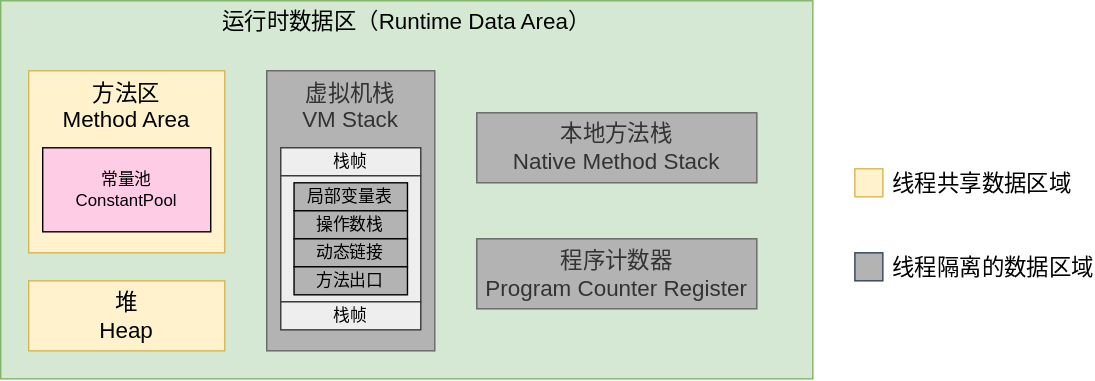
Earlier version of the draw.io export Java/JVM/JVM内存模型/JVM运行时数据区简图.drawio.svg (Developer-Tang/notes). Source tidied: cells renumbered, new cells last; positions are measured from the earlier drawing's top-left corner, leaving out a move shared by most shapes.
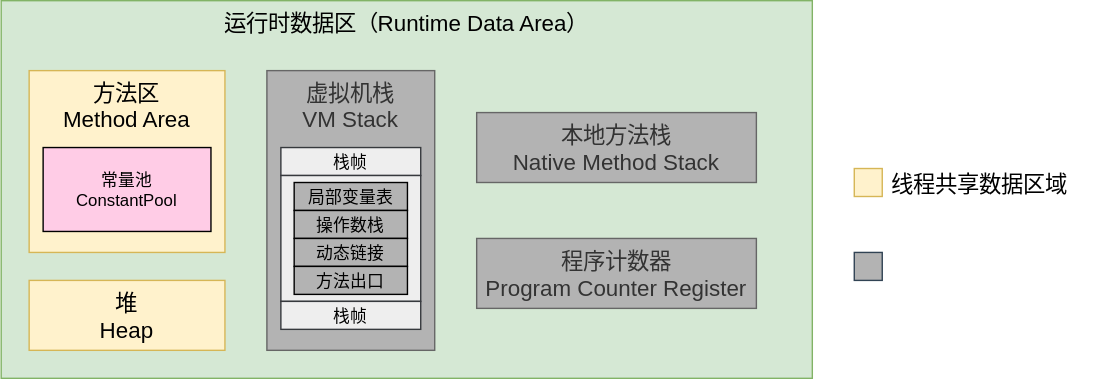
The same file after the commit.

Change to the diagram source:
```diff
@@ -2,52 +2,52 @@
   <root>
     <mxCell id="0" />
     <mxCell id="1" parent="0" />
-    <mxCell id="2" value="运行时数据区（Runtime Data Area）" style="whiteSpace=wrap;html=1;fontSize=16;labelPosition=center;verticalLabelPosition=top;align=center;verticalAlign=bottom;spacingBottom=-27;fillColor=#d5e8d4;strokeColor=#82b366;" parent="1" vertex="1">
+    <mxCell id="2" value="运行时数据区（Runtime Data Area）" style="fontSize=16;labelPosition=center;verticalLabelPosition=top;align=center;verticalAlign=bottom;spacingBottom=-27;fillColor=#d5e8d4;strokeColor=#82b366;" parent="1" vertex="1">
       <mxGeometry width="580" height="270" as="geometry" />
     </mxCell>
-    <mxCell id="3" value="方法区&lt;br&gt;Method Area" style="whiteSpace=wrap;html=1;fontSize=16;fillColor=#fff2cc;strokeColor=#d6b656;verticalAlign=top;" parent="1" vertex="1">
+    <mxCell id="3" value="方法区&#10;Method Area" style="fontSize=16;fillColor=#fff2cc;strokeColor=#d6b656;verticalAlign=top;" parent="1" vertex="1">
       <mxGeometry x="20" y="50" width="140" height="130" as="geometry" />
     </mxCell>
-    <mxCell id="4" value="堆&lt;br&gt;Heap" style="whiteSpace=wrap;html=1;fontSize=16;fillColor=#fff2cc;strokeColor=#d6b656;" parent="1" vertex="1">
+    <mxCell id="4" value="堆&#10;Heap" style="fontSize=16;fillColor=#fff2cc;strokeColor=#d6b656;" parent="1" vertex="1">
       <mxGeometry x="20" y="200" width="140" height="50" as="geometry" />
     </mxCell>
-    <mxCell id="5" value="虚拟机栈&lt;br&gt;VM Stack" style="whiteSpace=wrap;html=1;fontSize=16;fillColor=#B3B3B3;strokeColor=#666666;fontColor=#333333;verticalAlign=top;" parent="1" vertex="1">
+    <mxCell id="5" value="虚拟机栈&#10;VM Stack" style="fontSize=16;fillColor=#B3B3B3;strokeColor=#666666;fontColor=#333333;verticalAlign=top;" parent="1" vertex="1">
       <mxGeometry x="190" y="50" width="120" height="200" as="geometry" />
     </mxCell>
-    <mxCell id="6" value="本地方法栈&lt;br&gt;Native Method Stack" style="whiteSpace=wrap;html=1;fontSize=16;fillColor=#B3B3B3;strokeColor=#666666;fontColor=#333333;" parent="1" vertex="1">
+    <mxCell id="6" value="本地方法栈&#10;Native Method Stack" style="fontSize=16;fillColor=#B3B3B3;strokeColor=#666666;fontColor=#333333;" parent="1" vertex="1">
       <mxGeometry x="340" y="80" width="200" height="50" as="geometry" />
     </mxCell>
-    <mxCell id="7" value="程序计数器&lt;br&gt;Program Counter Register" style="whiteSpace=wrap;html=1;fontSize=16;fillColor=#B3B3B3;strokeColor=#666666;fontColor=#333333;" parent="1" vertex="1">
+    <mxCell id="7" value="程序计数器&#10;Program Counter Register" style="fontSize=16;fillColor=#B3B3B3;strokeColor=#666666;fontColor=#333333;" parent="1" vertex="1">
       <mxGeometry x="340" y="170" width="200" height="50" as="geometry" />
     </mxCell>
-    <mxCell id="8" value="常量池&lt;br&gt;ConstantPool" style="whiteSpace=wrap;html=1;verticalAlign=middle;fillColor=#FFCCE6;" parent="1" vertex="1">
+    <mxCell id="8" value="常量池&#10;ConstantPool" style="verticalAlign=middle;fillColor=#FFCCE6;" parent="1" vertex="1">
       <mxGeometry x="30" y="105" width="120" height="60" as="geometry" />
     </mxCell>
-    <mxCell id="9" value="线程共享数据区域" style="html=1;fontSize=16;fillColor=#fff2cc;strokeColor=#d6b656;align=left;horizontal=1;labelPosition=right;verticalLabelPosition=middle;verticalAlign=middle;spacingRight=0;spacingLeft=5;" parent="1" vertex="1">
+    <mxCell id="9" value="线程共享数据区域" style="fontSize=16;fillColor=#fff2cc;strokeColor=#d6b656;align=left;horizontal=1;labelPosition=right;verticalLabelPosition=middle;verticalAlign=middle;spacingRight=0;spacingLeft=5;" parent="1" vertex="1">
       <mxGeometry x="610" y="120" width="20" height="20" as="geometry" />
     </mxCell>
-    <mxCell id="10" value="&lt;span style=&quot;color: rgb(0 , 0 , 0)&quot;&gt;线程隔离的数据区域&lt;/span&gt;" style="html=1;fontSize=16;fillColor=#B3B3B3;strokeColor=#314354;align=left;horizontal=1;labelPosition=right;verticalLabelPosition=middle;verticalAlign=middle;spacingRight=0;spacingLeft=5;fontColor=#ffffff;" parent="1" vertex="1">
+    <mxCell id="10" value="线程隔离的数据区域" style="fontSize=16;fillColor=#B3B3B3;strokeColor=#314354;align=left;horizontal=1;labelPosition=right;verticalLabelPosition=middle;verticalAlign=middle;spacingRight=0;spacingLeft=5;fontColor=#ffffff;" parent="1" vertex="1">
       <mxGeometry x="610" y="180" width="20" height="20" as="geometry" />
     </mxCell>
-    <mxCell id="11" value="栈帧" style="whiteSpace=wrap;html=1;fillColor=#eeeeee;align=center;verticalAlign=middle;strokeColor=#36393d;" parent="1" vertex="1">
+    <mxCell id="11" value="栈帧" style="fillColor=#eeeeee;align=center;verticalAlign=middle;strokeColor=#36393d;" parent="1" vertex="1">
       <mxGeometry x="200" y="105" width="100" height="20" as="geometry" />
     </mxCell>
-    <mxCell id="12" style="whiteSpace=wrap;html=1;fillColor=#eeeeee;align=center;verticalAlign=top;strokeColor=#36393d;" parent="1" vertex="1">
+    <mxCell id="12" style="fillColor=#eeeeee;align=center;verticalAlign=top;strokeColor=#36393d;" parent="1" vertex="1">
       <mxGeometry x="200" y="125" width="100" height="90" as="geometry" />
     </mxCell>
-    <mxCell id="13" value="栈帧" style="whiteSpace=wrap;html=1;fillColor=#eeeeee;align=center;verticalAlign=middle;strokeColor=#36393d;" parent="1" vertex="1">
+    <mxCell id="13" value="栈帧" style="fillColor=#eeeeee;align=center;verticalAlign=middle;strokeColor=#36393d;" parent="1" vertex="1">
       <mxGeometry x="200" y="215" width="100" height="20" as="geometry" />
     </mxCell>
-    <mxCell id="14" value="局部变量表" style="whiteSpace=wrap;html=1;fillColor=#B3B3B3;gradientColor=none;align=center;verticalAlign=middle;imageHeight=14;" parent="1" vertex="1">
+    <mxCell id="14" value="局部变量表" style="fillColor=#B3B3B3;gradientColor=none;align=center;verticalAlign=middle;imageHeight=14;" parent="1" vertex="1">
       <mxGeometry x="209.5" y="130" width="81" height="20" as="geometry" />
     </mxCell>
-    <mxCell id="15" value="操作数栈" style="whiteSpace=wrap;html=1;fillColor=#B3B3B3;gradientColor=none;align=center;verticalAlign=middle;imageHeight=14;" parent="1" vertex="1">
+    <mxCell id="15" value="操作数栈" style="fillColor=#B3B3B3;gradientColor=none;align=center;verticalAlign=middle;imageHeight=14;" parent="1" vertex="1">
       <mxGeometry x="209.5" y="150" width="81" height="20" as="geometry" />
     </mxCell>
-    <mxCell id="16" value="动态链接" style="whiteSpace=wrap;html=1;fillColor=#B3B3B3;gradientColor=none;align=center;verticalAlign=middle;imageHeight=14;" parent="1" vertex="1">
+    <mxCell id="16" value="动态链接" style="fillColor=#B3B3B3;gradientColor=none;align=center;verticalAlign=middle;imageHeight=14;" parent="1" vertex="1">
       <mxGeometry x="209.5" y="170" width="81" height="20" as="geometry" />
     </mxCell>
-    <mxCell id="17" value="方法出口" style="whiteSpace=wrap;html=1;fillColor=#B3B3B3;gradientColor=none;align=center;verticalAlign=middle;imageHeight=14;" parent="1" vertex="1">
+    <mxCell id="17" value="方法出口" style="fillColor=#B3B3B3;gradientColor=none;align=center;verticalAlign=middle;imageHeight=14;" parent="1" vertex="1">
       <mxGeometry x="209.5" y="190" width="81" height="20" as="geometry" />
     </mxCell>
   </root>
```
